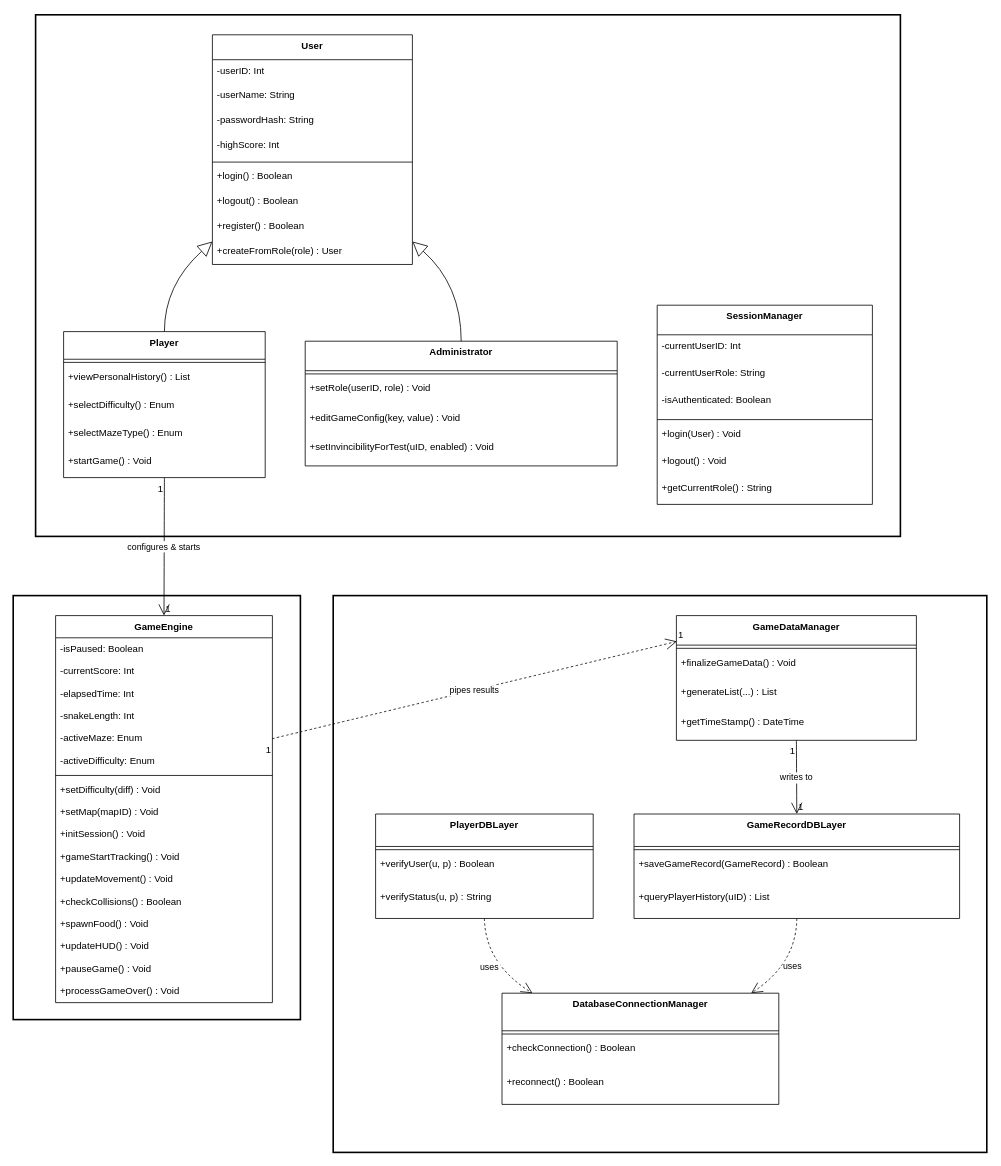
Earlier version of the draw.io diagram UML class diagram ass3 v3.drawio (CleymenZero/COMP5541). Source tidied: cells renumbered, new cells numbered last; positions are measured from the earlier drawing's top-left corner, leaving out a move shared by most shapes. Both pictures are drawn from the tidied source at 80%, with x=0, y=0 at pixel (13, 14).
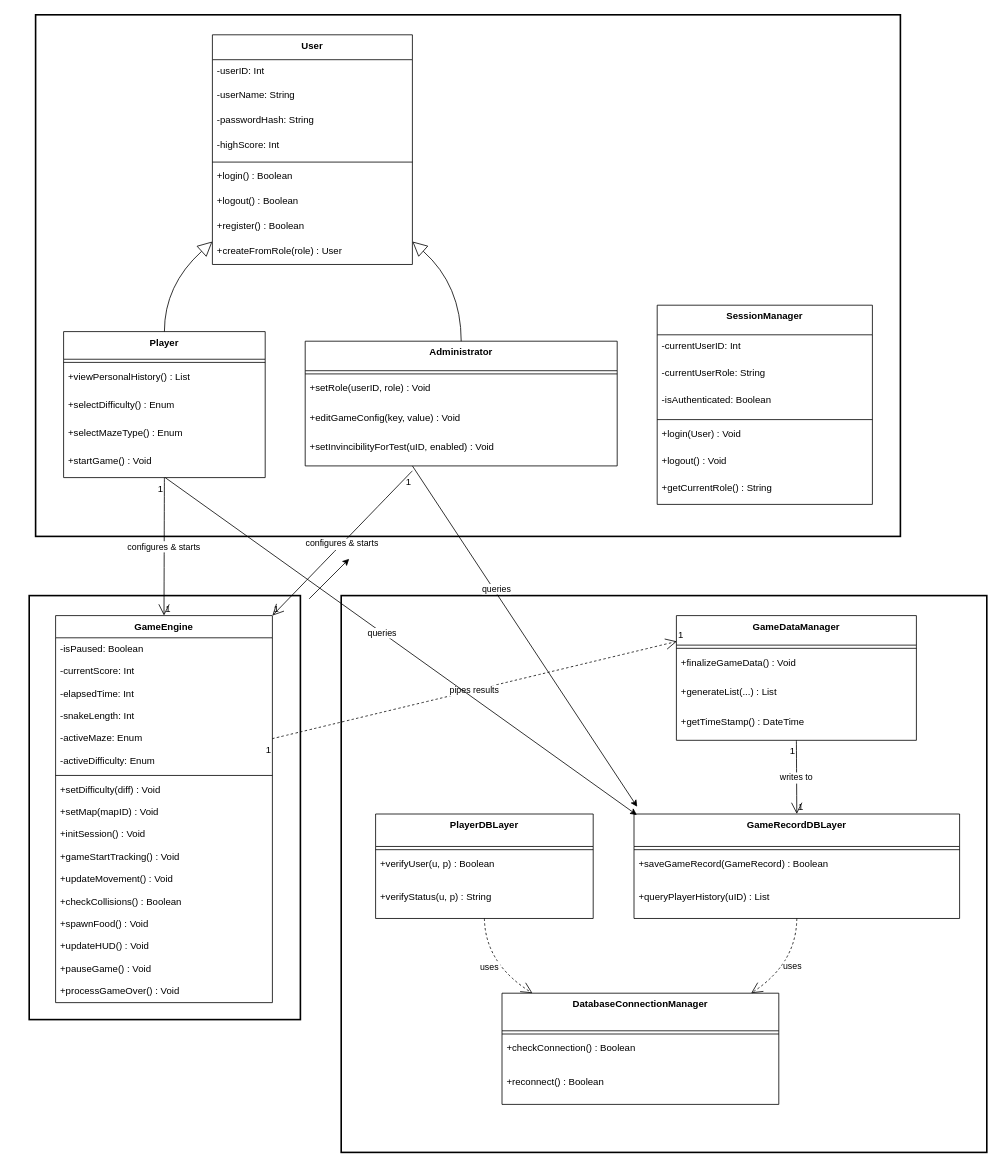
Above is the later version.

Unchanged cells that the change refers to:
```xml
<mxCell id="34" value="GameEngine" style="swimlane;fontStyle=1;align=center;verticalAlign=top;horizontal=1;startSize=27.764705882352942;" parent="1" vertex="1">
  <mxGeometry x="53" y="751" width="271" height="483.8" as="geometry" />
</mxCell>
```

The edit, as a diff of the source:
```diff
@@
     <mxCell id="3" style="whiteSpace=wrap;strokeWidth=2;" parent="1" vertex="1">
-      <mxGeometry y="726" width="359" height="530" as="geometry" />
+      <mxGeometry x="20" y="726" width="339" height="530" as="geometry" />
     </mxCell>
     <mxCell id="4" style="whiteSpace=wrap;strokeWidth=2;" parent="1" vertex="1">
-      <mxGeometry x="400" y="726" width="817" height="696" as="geometry" />
+      <mxGeometry x="410" y="726" width="807" height="696" as="geometry" />
     </mxCell>
@@
+    <mxCell id="82" value="configures &amp; starts" style="curved=1;startArrow=none;endArrow=open;endSize=12;entryX=1;entryY=0;rounded=0;entryDx=0;entryDy=0;" parent="1" edge="1" target="34">
+      <mxGeometry relative="1" as="geometry">
+        <mxPoint x="499" y="570" as="sourcePoint" />
+      </mxGeometry>
+    </mxCell>
+    <mxCell id="83" value="1" style="edgeLabel;labelBackgroundColor=none;fontSize=12;align=right;verticalAlign=top;" parent="82" vertex="1">
+      <mxGeometry x="-1" relative="1" as="geometry" />
+    </mxCell>
+    <mxCell id="84" value="1" style="edgeLabel;labelBackgroundColor=none;fontSize=12;align=left;verticalAlign=bottom;" parent="82" vertex="1">
+      <mxGeometry x="1" relative="1" as="geometry" />
+    </mxCell>
+    <mxCell id="85" style="endArrow=classic;html=1;rounded=0;" parent="1" edge="1">
+      <mxGeometry relative="1" as="geometry">
+        <mxPoint x="370" y="730" as="sourcePoint" />
+        <mxPoint x="420" y="680" as="targetPoint" />
+      </mxGeometry>
+    </mxCell>
+    <mxCell id="86" style="endArrow=classic;html=1;rounded=0;entryX=0.458;entryY=0.394;entryDx=0;entryDy=0;entryPerimeter=0;" parent="1" edge="1" target="4">
+      <mxGeometry relative="1" as="geometry">
+        <mxPoint x="190" y="578.5" as="sourcePoint" />
+      </mxGeometry>
+    </mxCell>
+    <mxCell id="87" value="queries" style="edgeLabel;html=1;align=center;verticalAlign=middle;" parent="86" vertex="1">
+      <mxGeometry x="-0.08" relative="1" as="geometry" />
+    </mxCell>
+    <mxCell id="88" style="endArrow=classic;html=1;rounded=0;" parent="1" edge="1">
+      <mxGeometry relative="1" as="geometry">
+        <mxPoint x="499" y="563.9" as="sourcePoint" />
+        <mxPoint x="780" y="990" as="targetPoint" />
+      </mxGeometry>
+    </mxCell>
+    <mxCell id="89" value="queries" style="edgeLabel;html=1;align=center;verticalAlign=middle;" parent="88" vertex="1">
+      <mxGeometry x="-0.27" y="3" relative="1" as="geometry" />
+    </mxCell>
```
